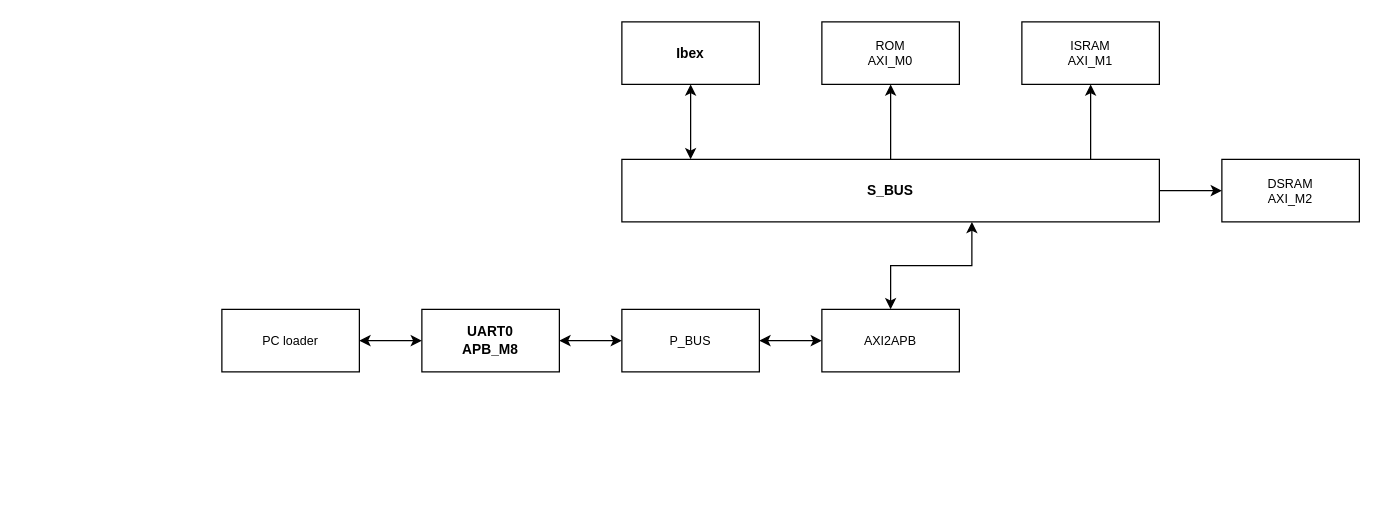
Above: page "Boot download path" (2 of 5) of doc/figures/drawio/QNSC_BOOT.drawio in quynhonsemiconductor/vlsi_deep_training (draw.io), before the change. Source tidied: cells renumbered, new cells numbered last; positions are measured from the earlier drawing's top-left corner, leaving out a move shared by most shapes. Both pictures are drawn from the tidied source at 125%, with x=0, y=0 at pixel (221, 21).
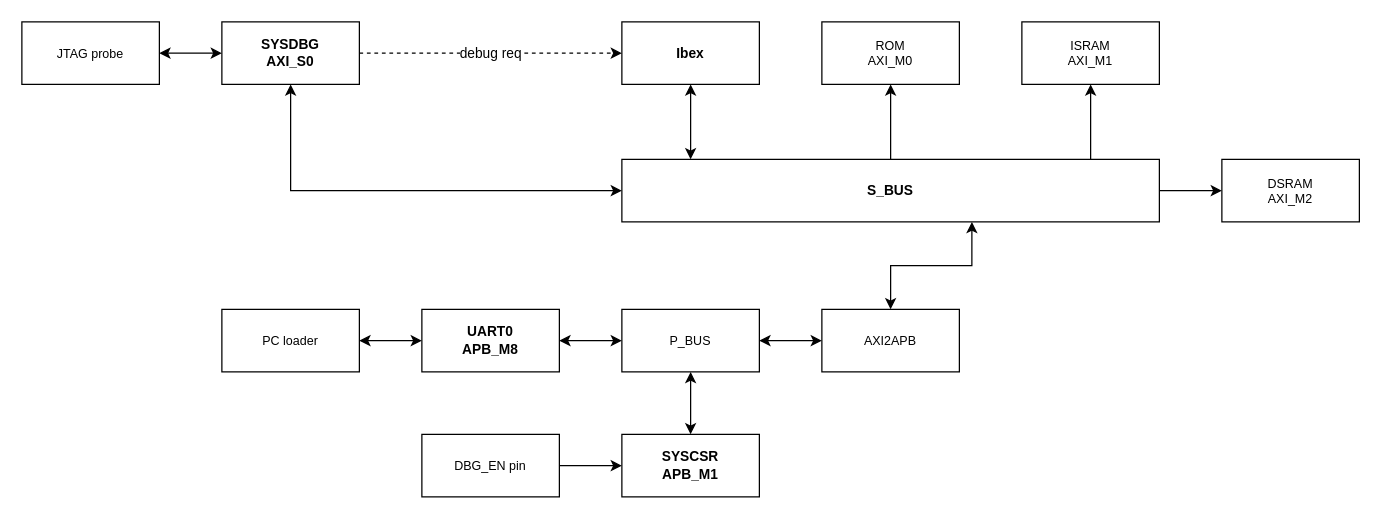
Above is the later version.

Unchanged cells that the change refers to:
```xml
<mxCell id="4" value="P_BUS" style="rounded=0;whiteSpace=wrap;html=1;fillColor=#ffffff;strokeColor=#000000;fontSize=10;dashed=0;verticalAlign=middle;" parent="1" vertex="1">
  <mxGeometry x="320" y="230" width="110" height="50" as="geometry" />
</mxCell>
<mxCell id="6" value="S_BUS" style="rounded=0;whiteSpace=wrap;html=1;fillColor=#ffffff;strokeColor=#000000;fontSize=11;dashed=0;fontStyle=1;verticalAlign=middle;" parent="1" vertex="1">
  <mxGeometry x="320" y="110" width="430" height="50" as="geometry" />
</mxCell>
<mxCell id="7" value="Ibex" style="rounded=0;whiteSpace=wrap;html=1;fillColor=#ffffff;strokeColor=#000000;fontSize=11;dashed=0;fontStyle=1;verticalAlign=middle;" parent="1" vertex="1">
  <mxGeometry x="320" width="110" height="50" as="geometry" />
</mxCell>
```

The edit, as a diff of the source:
```diff
@@
+    <mxCell id="19" value="JTAG probe" style="rounded=0;whiteSpace=wrap;html=1;fillColor=#ffffff;strokeColor=#000000;fontSize=10;dashed=0;verticalAlign=middle;" parent="1" vertex="1">
+      <mxGeometry x="-160" width="110" height="50" as="geometry" />
+    </mxCell>
+    <mxCell id="20" value="SYSDBG&#10;AXI_S0" style="rounded=0;whiteSpace=wrap;html=1;fillColor=#ffffff;strokeColor=#000000;fontSize=11;dashed=0;fontStyle=1;verticalAlign=middle;" parent="1" vertex="1">
+      <mxGeometry width="110" height="50" as="geometry" />
+    </mxCell>
+    <mxCell id="21" value="SYSCSR&#10;APB_M1" style="rounded=0;whiteSpace=wrap;html=1;fillColor=#ffffff;strokeColor=#000000;fontSize=11;dashed=0;fontStyle=1;verticalAlign=middle;" parent="1" vertex="1">
+      <mxGeometry x="320" y="330" width="110" height="50" as="geometry" />
+    </mxCell>
+    <mxCell id="22" value="DBG_EN pin" style="rounded=0;whiteSpace=wrap;html=1;fillColor=#ffffff;strokeColor=#000000;fontSize=10;dashed=0;verticalAlign=middle;" parent="1" vertex="1">
+      <mxGeometry x="160" y="330" width="110" height="50" as="geometry" />
+    </mxCell>
@@
+    <mxCell id="23" style="edgeStyle=orthogonalEdgeStyle;rounded=0;html=1;exitX=1.0;exitY=0.5;entryX=0.0;entryY=0.5;exitDx=0;exitDy=0;entryDx=0;entryDy=0;startArrow=classic;startFill=1;" parent="1" edge="1" source="19" target="20">
+      <mxGeometry relative="1" as="geometry" />
+    </mxCell>
+    <mxCell id="24" value="debug req" style="edgeStyle=orthogonalEdgeStyle;rounded=0;html=1;exitX=1.0;exitY=0.5;entryX=0.0;entryY=0.5;exitDx=0;exitDy=0;entryDx=0;entryDy=0;dashed=1;" parent="1" edge="1" source="20" target="7">
+      <mxGeometry relative="1" as="geometry" />
+    </mxCell>
+    <mxCell id="25" style="edgeStyle=orthogonalEdgeStyle;rounded=0;html=1;exitX=0.5;exitY=1.0;entryX=0.0;entryY=0.5;exitDx=0;exitDy=0;entryDx=0;entryDy=0;startArrow=classic;startFill=1;" parent="1" edge="1" source="20" target="6">
+      <mxGeometry relative="1" as="geometry" />
+    </mxCell>
+    <mxCell id="26" style="edgeStyle=orthogonalEdgeStyle;rounded=0;html=1;exitX=0.5;exitY=1.0;entryX=0.5;entryY=0.0;exitDx=0;exitDy=0;entryDx=0;entryDy=0;startArrow=classic;startFill=1;" parent="1" edge="1" source="4" target="21">
+      <mxGeometry relative="1" as="geometry" />
+    </mxCell>
+    <mxCell id="27" style="edgeStyle=orthogonalEdgeStyle;rounded=0;html=1;exitX=1.0;exitY=0.5;entryX=0.0;entryY=0.5;exitDx=0;exitDy=0;entryDx=0;entryDy=0;" parent="1" edge="1" source="22" target="21">
+      <mxGeometry relative="1" as="geometry" />
+    </mxCell>
```
